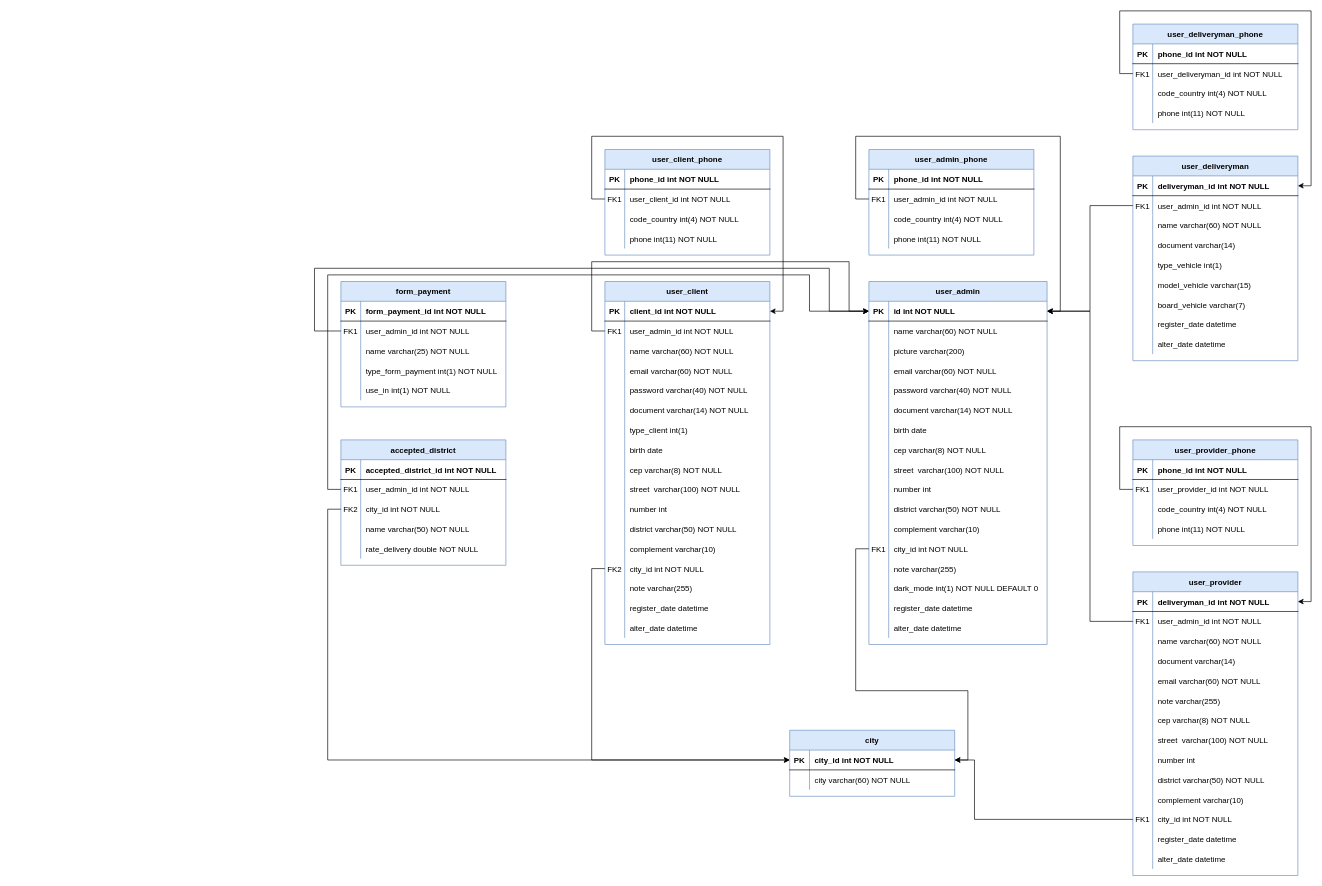
LeonardoJoksan/Pedindo.Delivery keeps this draw.io diagram as Untitled Diagram.drawio. Above is the earlier version. Source tidied: cells renumbered, new cells numbered last; positions are measured from the earlier drawing's top-left corner, leaving out a move shared by most shapes. Both pictures are drawn from the tidied source at 66%, with x=0, y=0 at pixel (314, 11).
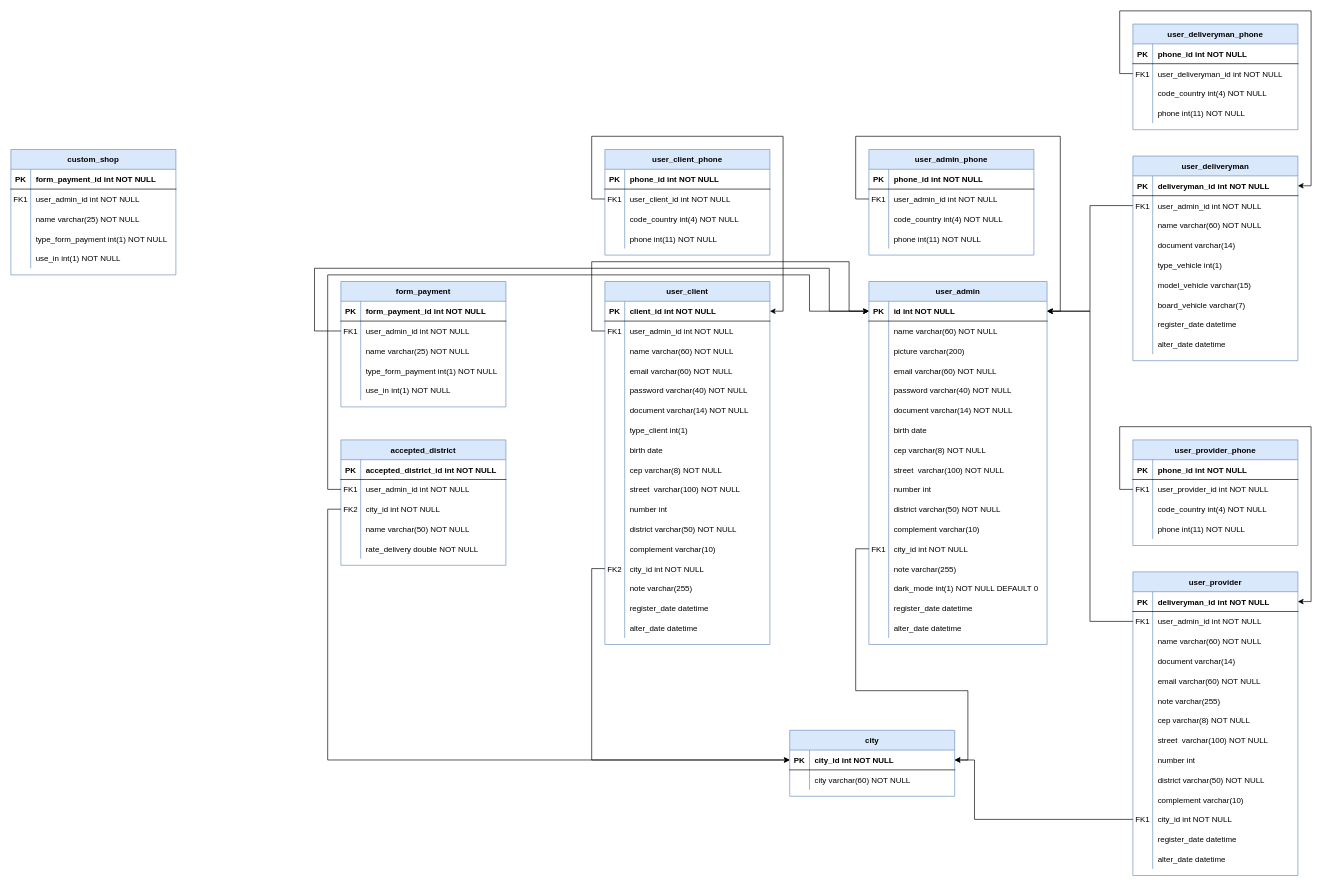
Above is the later version.

The edit, as a diff of the source:
```diff
@@
+    <mxCell id="281" value="custom_shop" style="shape=table;startSize=30;childLayout=tableLayout;rowLines=0;fontStyle=1;align=center;fillColor=#dae8fc;strokeColor=#6c8ebf;" parent="1" vertex="1">
+      <mxGeometry x="-460" y="210" width="250" height="190" as="geometry" />
+    </mxCell>
+    <mxCell id="282" style="shape=partialRectangle;fillColor=none;top=0;left=0;right=0;bottom=1;" parent="281" vertex="1">
+      <mxGeometry y="30" width="250" height="30" as="geometry" />
+    </mxCell>
+    <mxCell id="283" value="PK" style="shape=partialRectangle;overflow=hidden;fillColor=none;top=0;left=0;bottom=0;right=0;fontStyle=1;" parent="282" vertex="1">
+      <mxGeometry width="30" height="30" as="geometry" />
+    </mxCell>
+    <mxCell id="284" value="form_payment_id int NOT NULL " style="shape=partialRectangle;overflow=hidden;fillColor=none;top=0;left=0;bottom=0;right=0;align=left;spacingLeft=6;fontStyle=1;" parent="282" vertex="1">
+      <mxGeometry x="30" width="220" height="30" as="geometry" />
+    </mxCell>
+    <mxCell id="285" style="shape=partialRectangle;fillColor=none;top=0;left=0;right=0;bottom=0;" parent="281" vertex="1">
+      <mxGeometry y="60" width="250" height="30" as="geometry" />
+    </mxCell>
+    <mxCell id="286" value="FK1" style="shape=partialRectangle;overflow=hidden;fillColor=none;top=0;left=0;bottom=0;right=0;" parent="285" vertex="1">
+      <mxGeometry width="30" height="30" as="geometry" />
+    </mxCell>
+    <mxCell id="287" value="user_admin_id int NOT NULL" style="shape=partialRectangle;overflow=hidden;fillColor=none;top=0;left=0;bottom=0;right=0;align=left;spacingLeft=6;" parent="285" vertex="1">
+      <mxGeometry x="30" width="220" height="30" as="geometry" />
+    </mxCell>
+    <mxCell id="288" style="shape=partialRectangle;fillColor=none;top=0;left=0;right=0;bottom=0;" parent="281" vertex="1">
+      <mxGeometry y="90" width="250" height="30" as="geometry" />
+    </mxCell>
+    <mxCell id="289" style="shape=partialRectangle;overflow=hidden;fillColor=none;top=0;left=0;bottom=0;right=0;" parent="288" vertex="1">
+      <mxGeometry width="30" height="30" as="geometry" />
+    </mxCell>
+    <mxCell id="290" value="name varchar(25) NOT NULL" style="shape=partialRectangle;overflow=hidden;fillColor=none;top=0;left=0;bottom=0;right=0;align=left;spacingLeft=6;" parent="288" vertex="1">
+      <mxGeometry x="30" width="220" height="30" as="geometry" />
+    </mxCell>
+    <mxCell id="291" style="shape=partialRectangle;fillColor=none;top=0;left=0;right=0;bottom=0;" parent="281" vertex="1">
+      <mxGeometry y="120" width="250" height="30" as="geometry" />
+    </mxCell>
+    <mxCell id="292" style="shape=partialRectangle;overflow=hidden;fillColor=none;top=0;left=0;bottom=0;right=0;" parent="291" vertex="1">
+      <mxGeometry width="30" height="30" as="geometry" />
+    </mxCell>
+    <mxCell id="293" value="type_form_payment int(1) NOT NULL" style="shape=partialRectangle;overflow=hidden;fillColor=none;top=0;left=0;bottom=0;right=0;align=left;spacingLeft=6;" parent="291" vertex="1">
+      <mxGeometry x="30" width="220" height="30" as="geometry" />
+    </mxCell>
+    <mxCell id="294" style="shape=partialRectangle;fillColor=none;top=0;left=0;right=0;bottom=0;" parent="281" vertex="1">
+      <mxGeometry y="150" width="250" height="30" as="geometry" />
+    </mxCell>
+    <mxCell id="295" style="shape=partialRectangle;overflow=hidden;fillColor=none;top=0;left=0;bottom=0;right=0;" parent="294" vertex="1">
+      <mxGeometry width="30" height="30" as="geometry" />
+    </mxCell>
+    <mxCell id="296" value="use_in int(1) NOT NULL" style="shape=partialRectangle;overflow=hidden;fillColor=none;top=0;left=0;bottom=0;right=0;align=left;spacingLeft=6;" parent="294" vertex="1">
+      <mxGeometry x="30" width="220" height="30" as="geometry" />
+    </mxCell>
```
